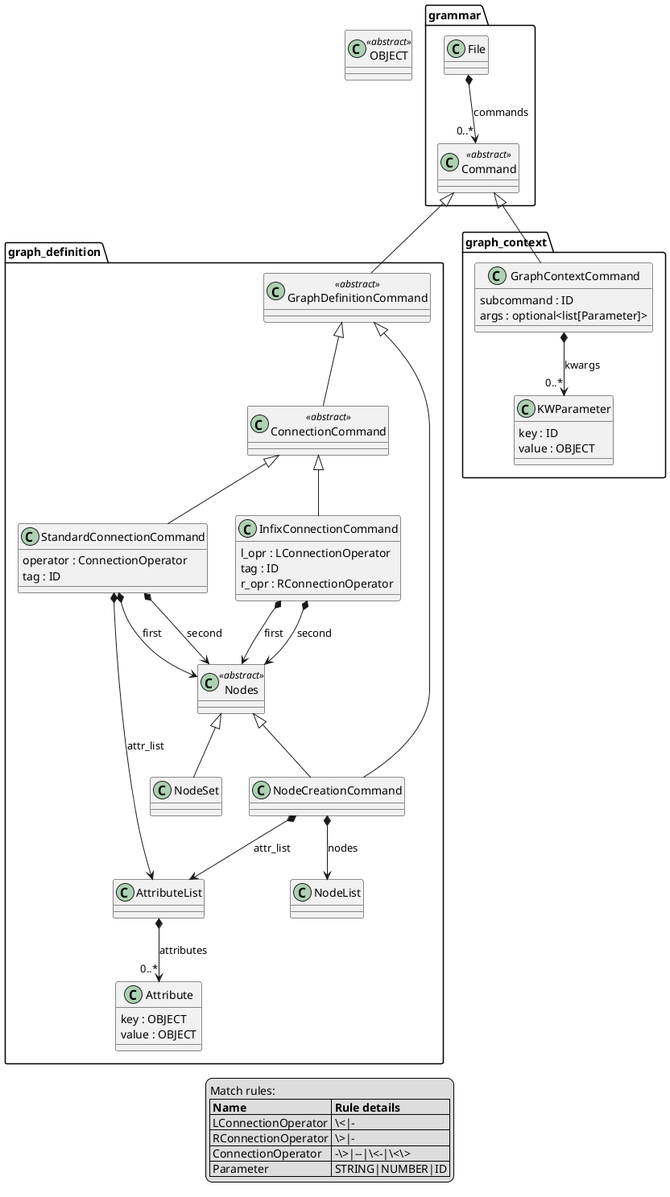
Earlier version of the PlantUML export grammar.png (aleksa-dejanovic/GMLang).
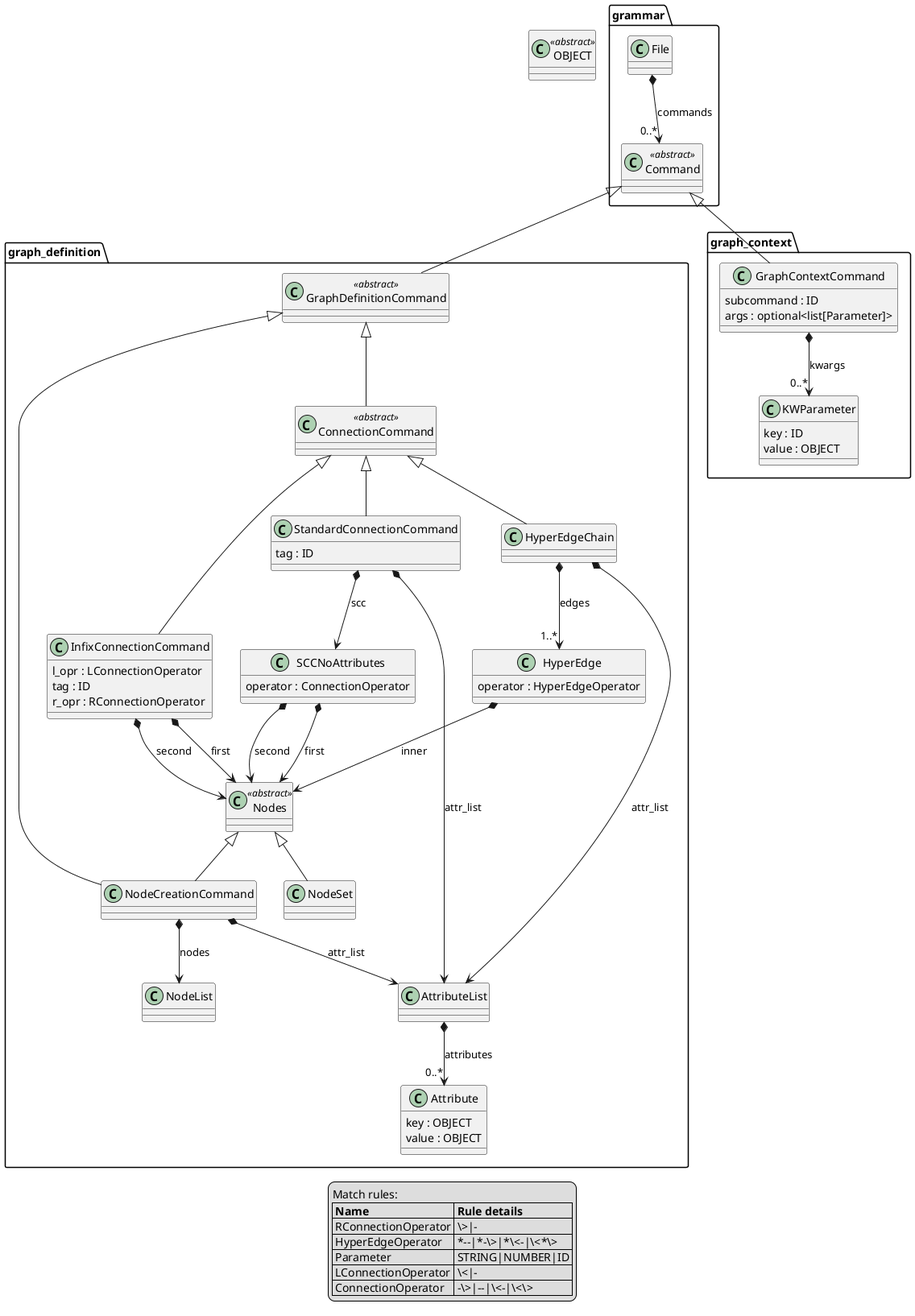
Above is the later version.

Diff of the diagram source:
```diff
@@ -24,8 +24,12 @@
 
 
 class graph_definition.StandardConnectionCommand  {
+  tag : ID
+}
+
+
+class graph_definition.SCCNoAttributes  {
   operator : ConnectionOperator
-  tag : ID
 }
 
 
@@ -58,6 +62,15 @@
 }
 
 
+class graph_definition.HyperEdgeChain  {
+}
+
+
+class graph_definition.HyperEdge  {
+  operator : HyperEdgeOperator
+}
+
+
 class graph_context.GraphContextCommand  {
   subcommand : ID
   args : optional<list[Parameter]>
@@ -79,9 +92,11 @@
 graph_definition.Nodes <|-- graph_definition.NodeSet
 graph_definition.ConnectionCommand <|-- graph_definition.StandardConnectionCommand
 graph_definition.ConnectionCommand <|-- graph_definition.InfixConnectionCommand
-graph_definition.StandardConnectionCommand *-->  graph_definition.Nodes: first
-graph_definition.StandardConnectionCommand *-->  graph_definition.Nodes: second
+graph_definition.ConnectionCommand <|-- graph_definition.HyperEdgeChain
+graph_definition.StandardConnectionCommand *-->  graph_definition.SCCNoAttributes: scc
 graph_definition.StandardConnectionCommand *-->  graph_definition.AttributeList: attr_list
+graph_definition.SCCNoAttributes *-->  graph_definition.Nodes: first
+graph_definition.SCCNoAttributes *-->  graph_definition.Nodes: second
 graph_definition.InfixConnectionCommand *-->  graph_definition.Nodes: first
 graph_definition.InfixConnectionCommand *-->  graph_definition.Nodes: second
 graph_definition.NodeCreationCommand *-->  graph_definition.NodeList: nodes
@@ -95,6 +110,9 @@
 
 class OBJECT <<abstract>> {
 }
+graph_definition.HyperEdgeChain *--> "1..*" graph_definition.HyperEdge: edges
+graph_definition.HyperEdgeChain *-->  graph_definition.AttributeList: attr_list
+graph_definition.HyperEdge *-->  graph_definition.Nodes: inner
 graph_context.GraphContextCommand *--> "0..*" graph_context.KWParameter: kwargs
 
 
@@ -104,10 +122,11 @@
 legend
   Match rules:
   |= Name  |= Rule details |
+  | RConnectionOperator | \>\|- |
+  | HyperEdgeOperator | *--\|*-\>\|*\<-\|\<*\> |
+  | Parameter | STRING\|NUMBER\|ID |
   | LConnectionOperator | \<\|- |
-  | RConnectionOperator | \>\|- |
   | ConnectionOperator | -\>\|--\|\<-\|\<\> |
-  | Parameter | STRING\|NUMBER\|ID |
 end legend
 
 @enduml
```
